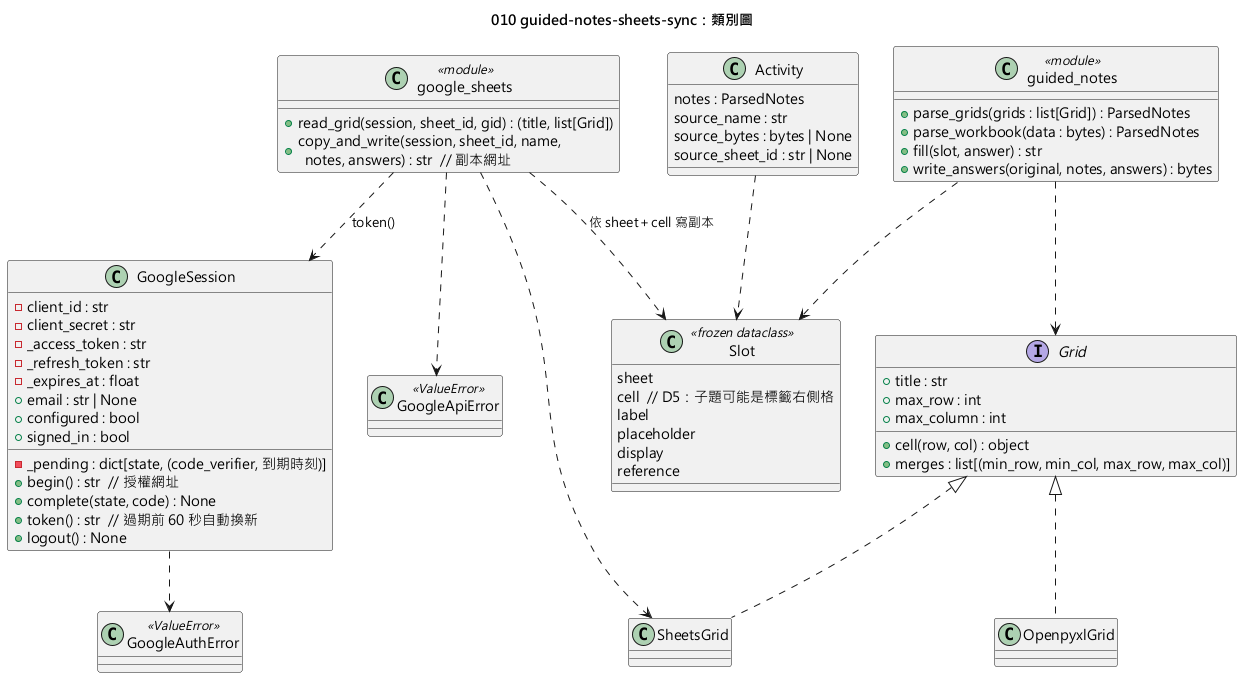
Earlier version of the PlantUML export diagrams/010-guided-notes-sheets-sync-class.png (yue083139/software_fin-speckit). Its diagram source:
```plantuml
@startuml 010-guided-notes-sheets-sync-class
skinparamlocked defaultFontName Microsoft JhengHei
title 010 guided-notes-sheets-sync：類別圖

class GoogleSession {
  - client_id : str
  - client_secret : str
  - _pending : dict[state, (code_verifier, 到期時刻)]
  - _access_token : str
  - _refresh_token : str
  - _expires_at : float
  + email : str | None
  + configured : bool
  + signed_in : bool
  + begin() : str  // 授權網址
  + complete(state, code) : None
  + token() : str  // 過期前 60 秒自動換新
  + logout() : None
}

class GoogleAuthError <<ValueError>>
class GoogleApiError <<ValueError>>

class google_sheets <<module>> {
  + read_grid(session, sheet_id, gid) : (title, list[Grid])
  + copy_and_write(session, sheet_id, name,\n  notes, answers) : str  // 副本網址
}

interface Grid {
  + title : str
  + max_row : int
  + max_column : int
  + cell(row, col) : object
  + merges : list[(min_row, min_col, max_row, max_col)]
}

class OpenpyxlGrid
class SheetsGrid

class guided_notes <<module>> {
  + parse_grids(grids : list[Grid]) : ParsedNotes
  + parse_workbook(data : bytes) : ParsedNotes
  + fill(slot, answer) : str
  + write_answers(original, notes, answers) : bytes
}

class Slot <<frozen dataclass>> {
  sheet
  cell  // D5：子題可能是標籤右側格
  label
  placeholder
  display
  reference
}

class Activity {
  notes : ParsedNotes
  source_name : str
  source_bytes : bytes | None
  source_sheet_id : str | None
}

Grid <|.. OpenpyxlGrid
Grid <|.. SheetsGrid
google_sheets ..> GoogleSession : token()
google_sheets ..> SheetsGrid
google_sheets ..> Slot : 依 sheet＋cell 寫副本
guided_notes ..> Grid
guided_notes ..> Slot
GoogleSession ..> GoogleAuthError
google_sheets ..> GoogleApiError
Activity ..> Slot
@enduml
```
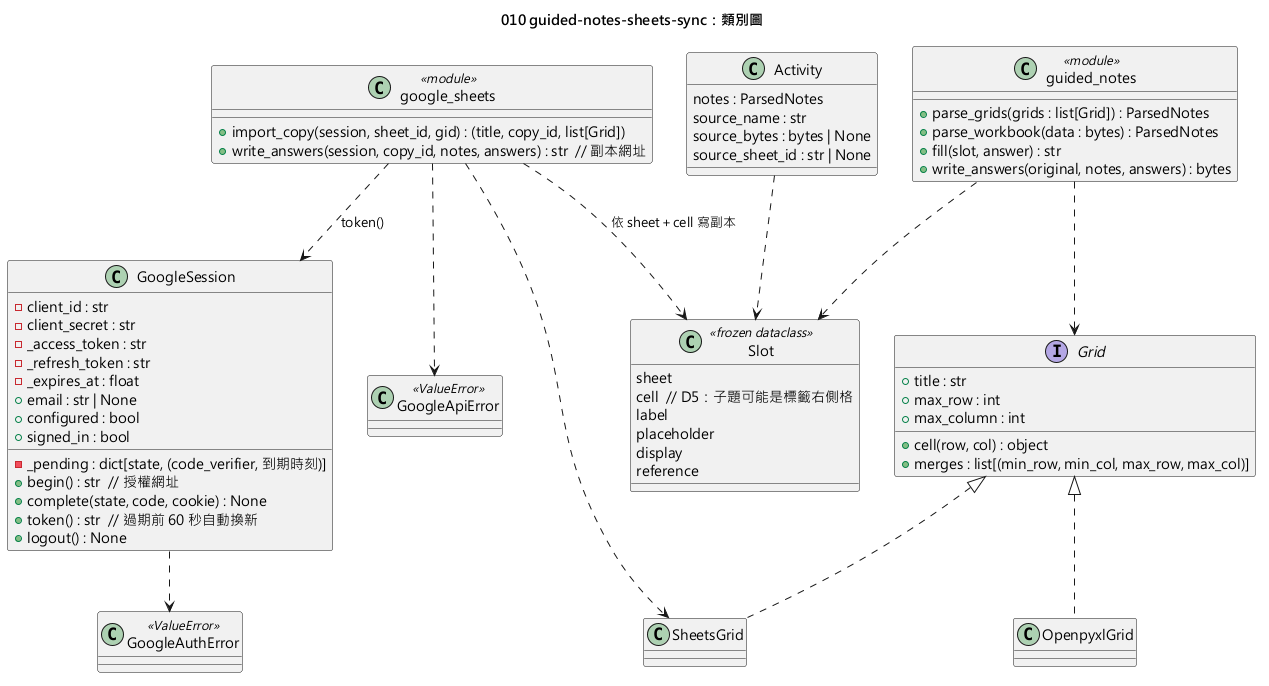
After the commit.

Diff of the diagram source:
```diff
@@ -13,7 +13,7 @@
   + configured : bool
   + signed_in : bool
   + begin() : str  // 授權網址
-  + complete(state, code) : None
+  + complete(state, code, cookie) : None
   + token() : str  // 過期前 60 秒自動換新
   + logout() : None
 }
@@ -22,8 +22,8 @@
 class GoogleApiError <<ValueError>>
 
 class google_sheets <<module>> {
-  + read_grid(session, sheet_id, gid) : (title, list[Grid])
-  + copy_and_write(session, sheet_id, name,\n  notes, answers) : str  // 副本網址
+  + import_copy(session, sheet_id, gid) : (title, copy_id, list[Grid])
+  + write_answers(session, copy_id, notes, answers) : str  // 副本網址
 }
 
 interface Grid {
```
